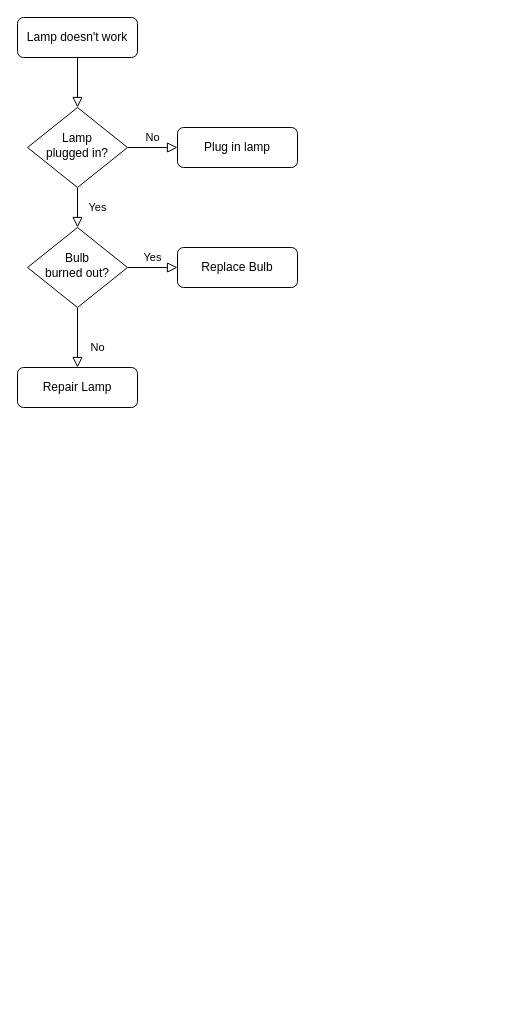
This is Untitled Diagram.drawio from ShowLowfinityHarvester/Flappy-bird-project, a draw.io file, before an edit. Source tidied: cells renumbered, new cells numbered last; positions are measured from the earlier drawing's top-left corner, leaving out a move shared by most shapes. Both pictures are drawn from the tidied source at 100%, with x=0, y=0 at pixel (17, 17).
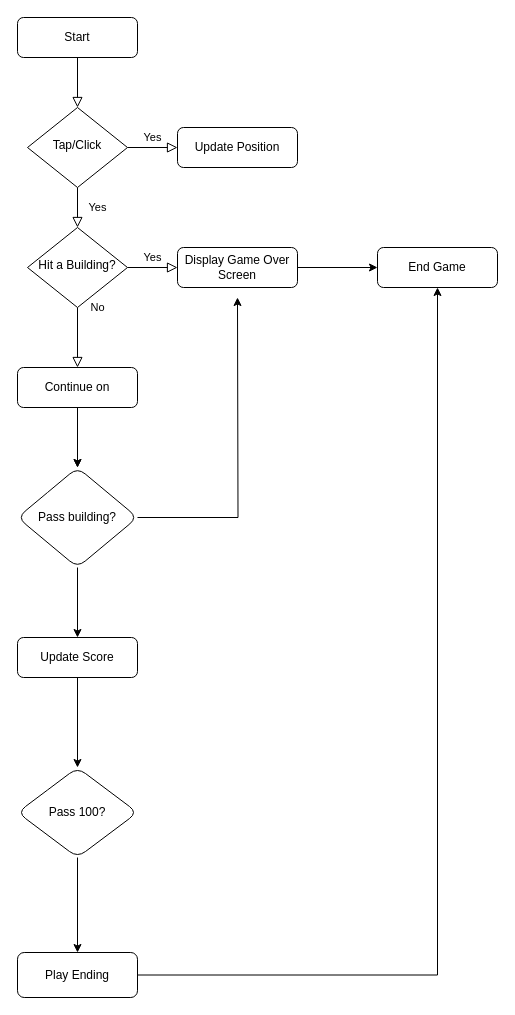
After the change.

Diff of the diagram source:
```diff
@@
-    <mxCell id="3" value="Lamp doesn't work" style="rounded=1;whiteSpace=wrap;html=1;fontSize=12;glass=0;strokeWidth=1;shadow=0;" parent="1" vertex="1">
+    <mxCell id="3" value="Start" style="rounded=1;whiteSpace=wrap;html=1;fontSize=12;glass=0;strokeWidth=1;shadow=0;" parent="1" vertex="1">
       <mxGeometry width="120" height="40" as="geometry" />
     </mxCell>
@@
-    <mxCell id="5" value="No" style="edgeStyle=orthogonalEdgeStyle;rounded=0;html=1;jettySize=auto;fontSize=11;endArrow=block;endFill=0;endSize=8;strokeWidth=1;shadow=0;labelBackgroundColor=none;" parent="1" edge="1" source="6" target="7">
+    <mxCell id="5" value="Yes" style="edgeStyle=orthogonalEdgeStyle;rounded=0;html=1;jettySize=auto;fontSize=11;endArrow=block;endFill=0;endSize=8;strokeWidth=1;shadow=0;labelBackgroundColor=none;" parent="1" edge="1" source="6" target="7">
       <mxGeometry y="10" relative="1" as="geometry" />
     </mxCell>
-    <mxCell id="6" value="Lamp&lt;br&gt;plugged in?" style="rhombus;whiteSpace=wrap;html=1;shadow=0;fontFamily=Helvetica;fontSize=12;align=center;strokeWidth=1;spacing=6;spacingTop=-4;" parent="1" vertex="1">
+    <mxCell id="6" value="Tap/Click" style="rhombus;whiteSpace=wrap;html=1;shadow=0;fontFamily=Helvetica;fontSize=12;align=center;strokeWidth=1;spacing=6;spacingTop=-4;" parent="1" vertex="1">
       <mxGeometry x="10" y="90" width="100" height="80" as="geometry" />
     </mxCell>
-    <mxCell id="7" value="Plug in lamp" style="rounded=1;whiteSpace=wrap;html=1;fontSize=12;glass=0;strokeWidth=1;shadow=0;" parent="1" vertex="1">
+    <mxCell id="7" value="Update Position" style="rounded=1;whiteSpace=wrap;html=1;fontSize=12;glass=0;strokeWidth=1;shadow=0;" parent="1" vertex="1">
       <mxGeometry x="160" y="110" width="120" height="40" as="geometry" />
     </mxCell>
     <mxCell id="8" value="No" style="rounded=0;html=1;jettySize=auto;fontSize=11;endArrow=block;endFill=0;endSize=8;strokeWidth=1;shadow=0;labelBackgroundColor=none;edgeStyle=orthogonalEdgeStyle;" parent="1" edge="1" source="10" target="11">
-      <mxGeometry x="0.33" y="20" relative="1" as="geometry" />
+      <mxGeometry x="-1" y="20" relative="1" as="geometry" />
     </mxCell>
@@
-    <mxCell id="10" value="Bulb&lt;br&gt;burned out?" style="rhombus;whiteSpace=wrap;html=1;shadow=0;fontFamily=Helvetica;fontSize=12;align=center;strokeWidth=1;spacing=6;spacingTop=-4;" parent="1" vertex="1">
+    <mxCell id="10" value="Hit a Building?" style="rhombus;whiteSpace=wrap;html=1;shadow=0;fontFamily=Helvetica;fontSize=12;align=center;strokeWidth=1;spacing=6;spacingTop=-4;" parent="1" vertex="1">
       <mxGeometry x="10" y="210" width="100" height="80" as="geometry" />
     </mxCell>
+    <mxCell id="13" style="edgeStyle=orthogonalEdgeStyle;rounded=0;jettySize=auto;html=1;" parent="1" edge="1" source="11">
+      <mxGeometry relative="1" as="geometry">
+        <mxPoint x="60" y="450" as="targetPoint" />
+      </mxGeometry>
+    </mxCell>
+    <mxCell id="14" style="edgeStyle=orthogonalEdgeStyle;rounded=0;jettySize=auto;html=1;" parent="1" edge="1" source="11" target="19">
+      <mxGeometry relative="1" as="geometry" />
+    </mxCell>
-    <mxCell id="11" value="Repair Lamp" style="rounded=1;whiteSpace=wrap;html=1;fontSize=12;glass=0;strokeWidth=1;shadow=0;" parent="1" vertex="1">
+    <mxCell id="11" value="Continue on" style="rounded=1;whiteSpace=wrap;html=1;fontSize=12;glass=0;strokeWidth=1;shadow=0;" parent="1" vertex="1">
       <mxGeometry y="350" width="120" height="40" as="geometry" />
     </mxCell>
+    <mxCell id="15" style="edgeStyle=orthogonalEdgeStyle;rounded=0;jettySize=auto;html=1;" parent="1" edge="1" source="12" target="16">
+      <mxGeometry relative="1" as="geometry" />
+    </mxCell>
-    <mxCell id="12" value="Replace Bulb" style="rounded=1;whiteSpace=wrap;html=1;fontSize=12;glass=0;strokeWidth=1;shadow=0;" parent="1" vertex="1">
+    <mxCell id="12" value="Display Game Over Screen" style="rounded=1;whiteSpace=wrap;html=1;fontSize=12;glass=0;strokeWidth=1;shadow=0;" parent="1" vertex="1">
       <mxGeometry x="160" y="230" width="120" height="40" as="geometry" />
     </mxCell>
+    <mxCell id="16" value="End Game" style="rounded=1;whiteSpace=wrap;html=1;fontSize=12;glass=0;strokeWidth=1;shadow=0;" parent="1" vertex="1">
+      <mxGeometry x="360" y="230" width="120" height="40" as="geometry" />
+    </mxCell>
+    <mxCell id="17" style="edgeStyle=orthogonalEdgeStyle;rounded=0;jettySize=auto;html=1;" parent="1" edge="1" source="19" target="21">
+      <mxGeometry relative="1" as="geometry" />
+    </mxCell>
+    <mxCell id="18" style="edgeStyle=orthogonalEdgeStyle;rounded=0;jettySize=auto;html=1;" parent="1" edge="1" source="19">
+      <mxGeometry relative="1" as="geometry">
+        <mxPoint x="220" y="280" as="targetPoint" />
+      </mxGeometry>
+    </mxCell>
+    <mxCell id="19" value="Pass building?" style="rhombus;whiteSpace=wrap;html=1;rounded=1;glass=0;strokeWidth=1;shadow=0;" parent="1" vertex="1">
+      <mxGeometry y="450" width="120" height="100" as="geometry" />
+    </mxCell>
+    <mxCell id="20" style="edgeStyle=orthogonalEdgeStyle;rounded=0;jettySize=auto;html=1;" parent="1" edge="1" source="21" target="23">
+      <mxGeometry relative="1" as="geometry" />
+    </mxCell>
+    <mxCell id="21" value="Update Score" style="whiteSpace=wrap;html=1;rounded=1;glass=0;strokeWidth=1;shadow=0;" parent="1" vertex="1">
+      <mxGeometry y="620" width="120" height="40" as="geometry" />
+    </mxCell>
+    <mxCell id="22" style="edgeStyle=orthogonalEdgeStyle;rounded=0;jettySize=auto;html=1;" parent="1" edge="1" source="23" target="26">
+      <mxGeometry relative="1" as="geometry" />
+    </mxCell>
+    <mxCell id="23" value="Pass 100?" style="rhombus;whiteSpace=wrap;html=1;rounded=1;glass=0;strokeWidth=1;shadow=0;" parent="1" vertex="1">
+      <mxGeometry y="750" width="120" height="90" as="geometry" />
+    </mxCell>
+    <mxCell id="24" style="edgeStyle=orthogonalEdgeStyle;rounded=0;orthogonalLoop=1;jettySize=auto;html=1;exitX=0.5;exitY=1;exitDx=0;exitDy=0;" parent="1" edge="1" source="21" target="21">
+      <mxGeometry relative="1" as="geometry" />
+    </mxCell>
+    <mxCell id="25" style="edgeStyle=orthogonalEdgeStyle;rounded=0;jettySize=auto;html=1;entryX=0.5;entryY=1;entryDx=0;entryDy=0;" parent="1" edge="1" source="26" target="16">
+      <mxGeometry relative="1" as="geometry" />
+    </mxCell>
+    <mxCell id="26" value="Play Ending" style="whiteSpace=wrap;html=1;rounded=1;glass=0;strokeWidth=1;shadow=0;" parent="1" vertex="1">
+      <mxGeometry y="935" width="120" height="45" as="geometry" />
+    </mxCell>
```
